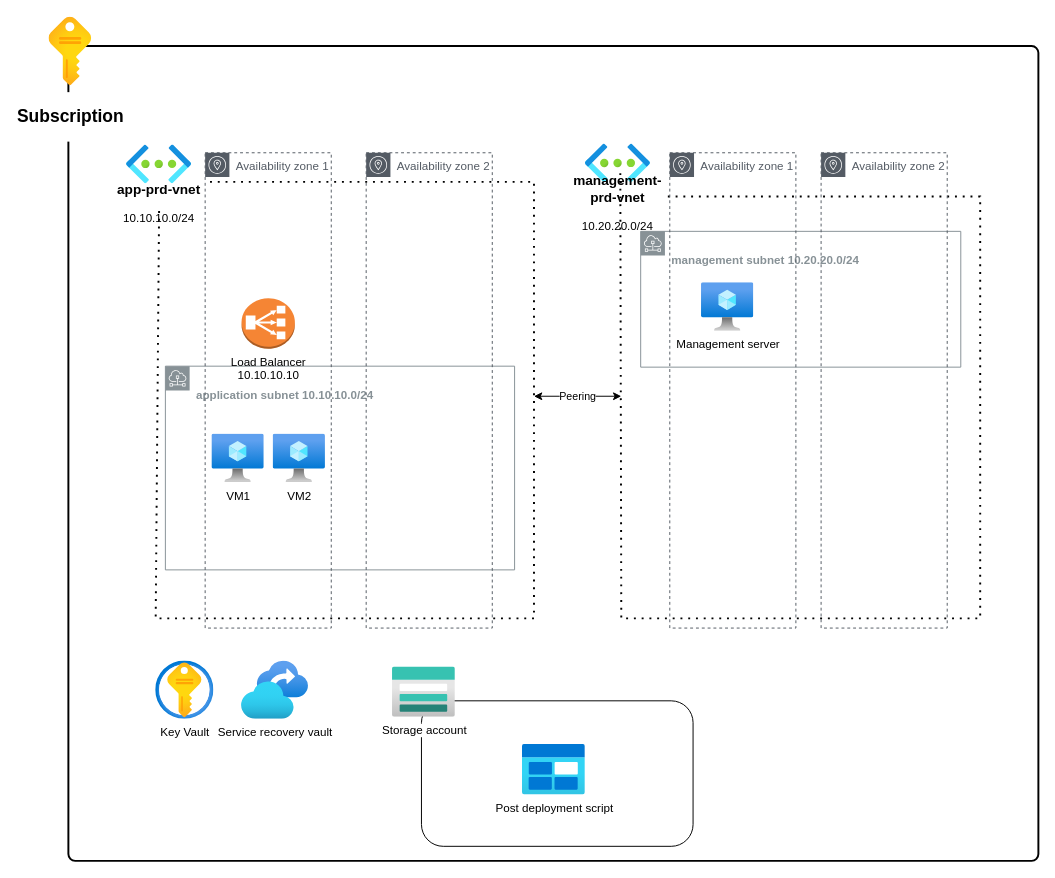
Before: 11-16_PRO-01/Ontwerp Diagram.drawio in techgrounds/techgrounds-JonBoers, a draw.io diagram. Source tidied: cells renumbered, new cells numbered last; positions are measured from the earlier drawing's top-left corner, leaving out a move shared by most shapes. Both pictures are drawn from the tidied source at 97%, with x=0, y=0 at pixel (48, 16).
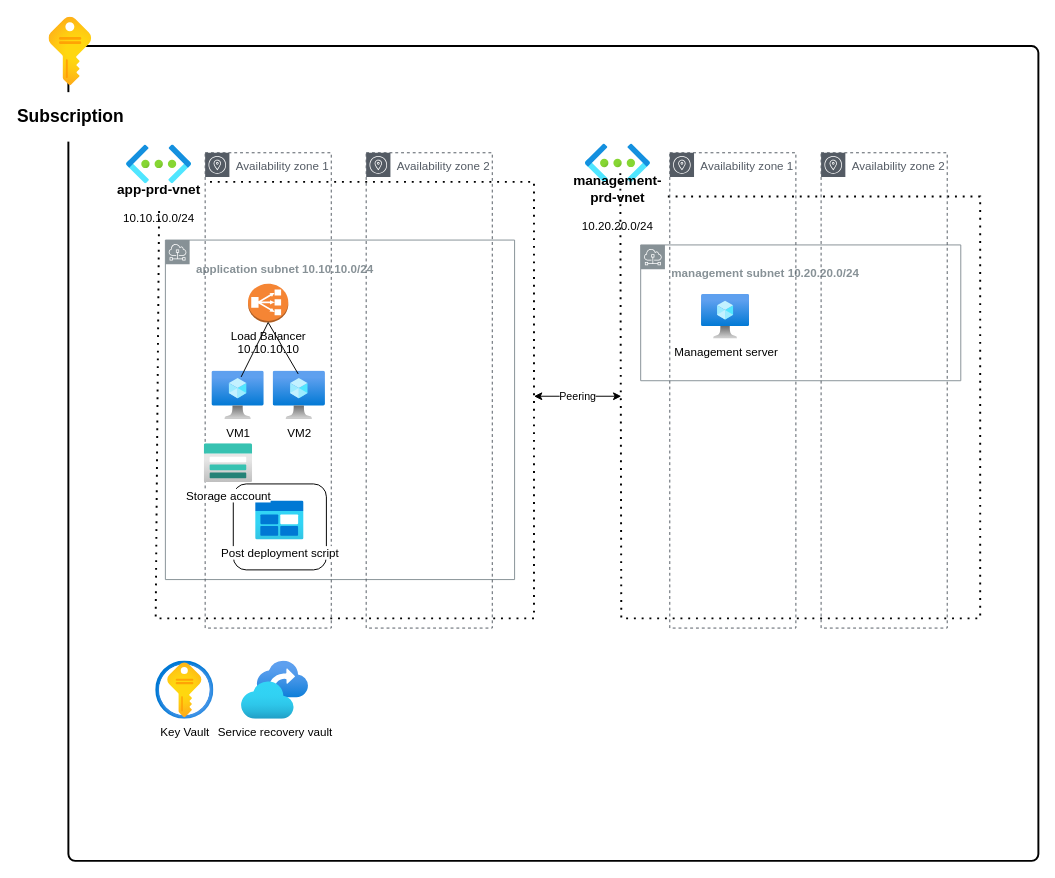
Above is the later version.

Diff of the diagram source:
```diff
@@
     <mxCell id="3" value="&lt;h4&gt;application subnet 10.10.10.0/24&lt;/h4&gt;" style="sketch=0;gradientColor=none;html=1;whiteSpace=wrap;fontSize=12;fontStyle=0;shape=mxgraph.aws4.group;grIcon=mxgraph.aws4.group_subnet;strokeColor=#879196;fillColor=none;verticalAlign=top;align=left;spacingLeft=30;fontColor=#879196;dashed=0;" parent="1" vertex="1">
-      <mxGeometry x="120" y="360" width="360" height="210" as="geometry" />
+      <mxGeometry x="120" y="230" width="360" height="350" as="geometry" />
     </mxCell>
@@
     <mxCell id="5" value="&lt;h4&gt;management subnet 10.20.20.0/24&lt;/h4&gt;" style="sketch=0;gradientColor=none;html=1;whiteSpace=wrap;fontSize=12;fontStyle=0;shape=mxgraph.aws4.group;grIcon=mxgraph.aws4.group_subnet;strokeColor=#879196;fillColor=none;verticalAlign=top;align=left;spacingLeft=30;fontColor=#879196;dashed=0;" parent="1" vertex="1">
-      <mxGeometry x="610" y="221" width="330" height="140" as="geometry" />
+      <mxGeometry x="610" y="235" width="330" height="140" as="geometry" />
     </mxCell>
@@
+    <mxCell id="25" value="Management server" style="image;html=1;align=center;fontSize=12;image=img/lib/azure2/compute/Virtual_Machine.svg;" parent="1" vertex="1">
+      <mxGeometry x="672.7" y="286" width="49.6" height="46" as="geometry" />
+    </mxCell>
+    <mxCell id="27" style="group;" parent="1" vertex="1">
+      <mxGeometry x="168" y="275" width="117" height="140" as="geometry" />
+    </mxCell>
+    <mxCell id="23" value="VM1" style="image;html=1;points=[];align=center;fontSize=12;image=img/lib/azure2/compute/Virtual_Machine.svg;" parent="27" vertex="1">
+      <mxGeometry y="90" width="53.9" height="50" as="geometry" />
+    </mxCell>
+    <mxCell id="24" value="VM2" style="image;html=1;points=[];align=center;fontSize=12;image=img/lib/azure2/compute/Virtual_Machine.svg;" parent="27" vertex="1">
+      <mxGeometry x="63.1" y="90" width="53.9" height="50" as="geometry" />
+    </mxCell>
+    <mxCell id="26" value="Load Balancer&lt;br&gt;10.10.10.10" style="outlineConnect=0;dashed=0;verticalLabelPosition=bottom;verticalAlign=top;align=center;html=1;shape=mxgraph.aws3.classic_load_balancer;fillColor=#F58534;gradientColor=none;" parent="27" vertex="1">
+      <mxGeometry x="37.2" width="41.5" height="40" as="geometry" />
+    </mxCell>
+    <mxCell id="28" style="endArrow=none;html=1;entryX=0.5;entryY=1;entryDx=0;entryDy=0;entryPerimeter=0;exitX=0.558;exitY=0.122;exitDx=0;exitDy=0;exitPerimeter=0;" parent="27" edge="1" source="23" target="26">
+      <mxGeometry relative="1" as="geometry" />
+    </mxCell>
+    <mxCell id="29" style="endArrow=none;html=1;entryX=0.5;entryY=1;entryDx=0;entryDy=0;entryPerimeter=0;exitX=0.479;exitY=0.06;exitDx=0;exitDy=0;exitPerimeter=0;" parent="27" edge="1" source="24" target="26">
+      <mxGeometry relative="1" as="geometry" />
+    </mxCell>
+    <mxCell id="30" style="group;" parent="1" vertex="1">
+      <mxGeometry x="160" y="440" width="126" height="130" as="geometry" />
+    </mxCell>
-    <mxCell id="20" style="rounded=1;whiteSpace=wrap;html=1;" parent="1" vertex="1">
-      <mxGeometry x="384" y="705" width="280" height="150" as="geometry" />
+    <mxCell id="20" style="rounded=1;whiteSpace=wrap;html=1;" parent="30" vertex="1">
+      <mxGeometry x="30" y="41.4" width="96" height="88.6" as="geometry" />
     </mxCell>
-    <mxCell id="21" value="Post deployment script" style="image;html=1;align=center;fontSize=12;image=img/lib/azure2/general/Blob_Block.svg;" parent="1" vertex="1">
-      <mxGeometry x="488" y="750" width="65" height="52" as="geometry" />
+    <mxCell id="21" value="Post deployment script" style="image;html=1;align=center;fontSize=12;image=img/lib/azure2/general/Blob_Block.svg;" parent="30" vertex="1">
+      <mxGeometry x="53" y="59.1" width="50" height="40" as="geometry" />
     </mxCell>
-    <mxCell id="22" value="Storage account" style="image;html=1;align=center;fontSize=12;image=img/lib/azure2/storage/Storage_Accounts.svg;" parent="1" vertex="1">
-      <mxGeometry x="354" y="670" width="65" height="52" as="geometry" />
+    <mxCell id="22" value="Storage account" style="image;html=1;align=center;fontSize=12;image=img/lib/azure2/storage/Storage_Accounts.svg;" parent="30" vertex="1">
+      <mxGeometry width="50" height="40" as="geometry" />
     </mxCell>
-    <mxCell id="23" value="VM1" style="image;html=1;points=[];align=center;fontSize=12;image=img/lib/azure2/compute/Virtual_Machine.svg;" parent="1" vertex="1">
-      <mxGeometry x="168" y="430" width="53.9" height="50" as="geometry" />
-    </mxCell>
-    <mxCell id="24" value="VM2" style="image;html=1;points=[];align=center;fontSize=12;image=img/lib/azure2/compute/Virtual_Machine.svg;" parent="1" vertex="1">
-      <mxGeometry x="231.1" y="430" width="53.9" height="50" as="geometry" />
-    </mxCell>
-    <mxCell id="25" value="Management server" style="image;html=1;align=center;fontSize=12;image=img/lib/azure2/compute/Virtual_Machine.svg;" parent="1" vertex="1">
-      <mxGeometry x="672.7" y="274" width="53.9" height="50" as="geometry" />
-    </mxCell>
-    <mxCell id="26" value="Load Balancer&lt;br&gt;10.10.10.10" style="outlineConnect=0;dashed=0;verticalLabelPosition=bottom;verticalAlign=top;align=center;html=1;shape=mxgraph.aws3.classic_load_balancer;fillColor=#F58534;gradientColor=none;" parent="1" vertex="1">
-      <mxGeometry x="198.5" y="290" width="55" height="52" as="geometry" />
-    </mxCell>
```
